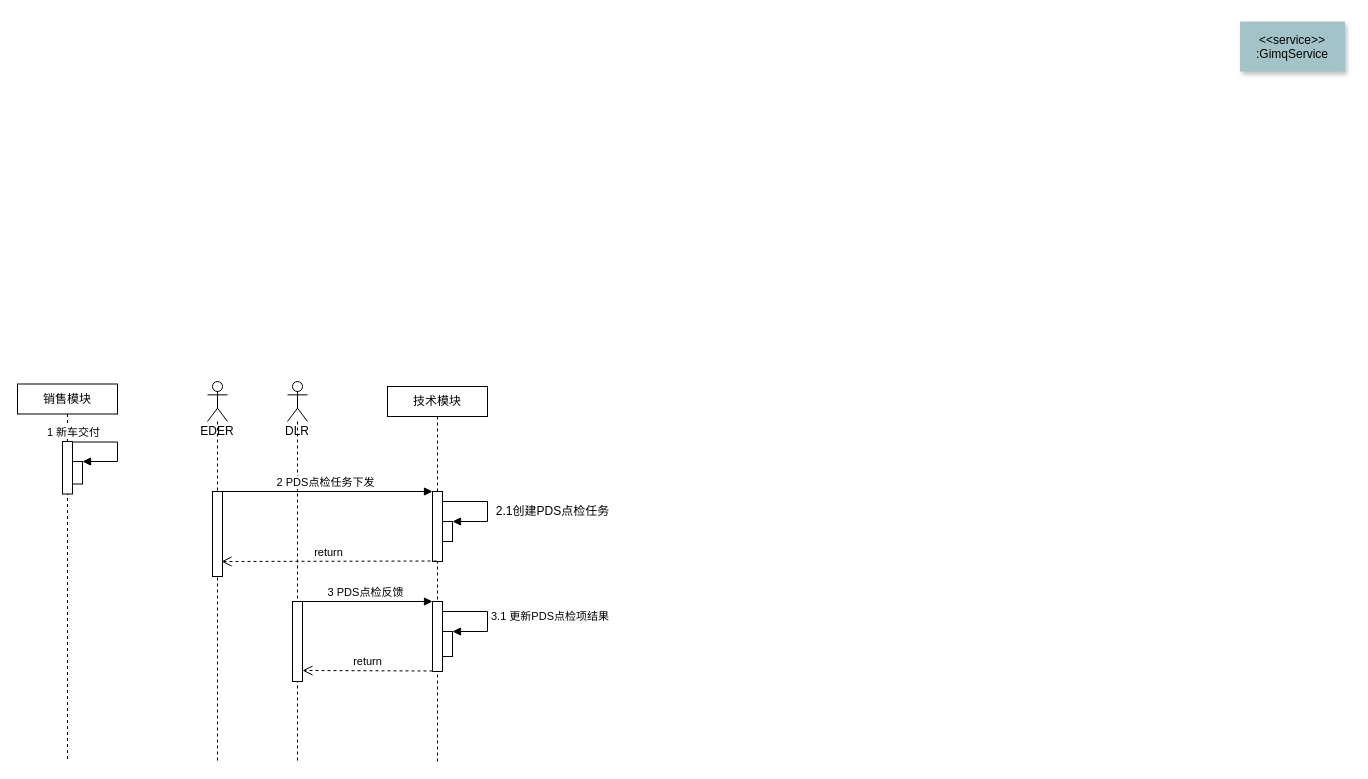
Above: test_uml/未命名绘图.drawio in Fat-Rice/study (draw.io), before the change. Source tidied: cells renumbered, new cells numbered last; positions are measured from the earlier drawing's top-left corner, leaving out a move shared by most shapes. Both pictures are drawn from the tidied source at 100%, with x=0, y=0 at pixel (17, 21).
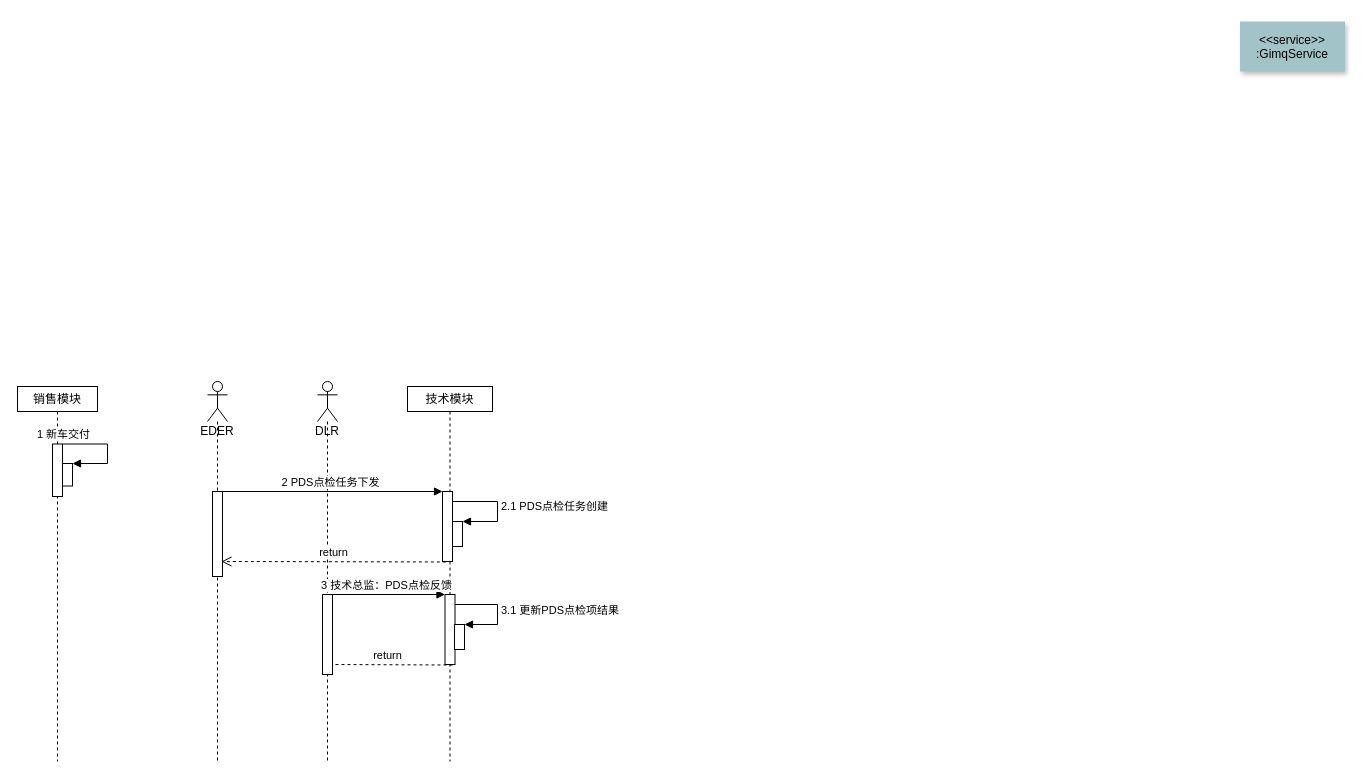
Above is the later version.

Commit message:
更新未命名绘图.drawio

Change to the diagram source:
```diff
@@
-    <mxCell id="3" value="技术模块" style="shape=umlLifeline;perimeter=lifelinePerimeter;whiteSpace=wrap;html=1;size=30;" parent="1" vertex="1">
-      <mxGeometry x="370" y="365" width="100" height="375" as="geometry" />
+    <mxCell id="3" value="技术模块" style="shape=umlLifeline;perimeter=lifelinePerimeter;whiteSpace=wrap;html=1;size=25;" parent="1" vertex="1">
+      <mxGeometry x="390" y="365" width="85" height="375" as="geometry" />
     </mxCell>
     <mxCell id="4" style="html=1;points=[];perimeter=orthogonalPerimeter;" parent="3" vertex="1">
-      <mxGeometry x="45" y="105" width="10" height="70" as="geometry" />
+      <mxGeometry x="35" y="105" width="10" height="70" as="geometry" />
     </mxCell>
-    <mxCell id="5" style="html=1;points=[];perimeter=orthogonalPerimeter;" parent="3" vertex="1">
-      <mxGeometry x="55" y="135" width="10" height="20" as="geometry" />
-    </mxCell>
-    <mxCell id="6" style="edgeStyle=orthogonalEdgeStyle;html=1;align=left;spacingLeft=2;endArrow=block;rounded=0;entryX=1;entryY=0;" parent="3" edge="1" target="5">
-      <mxGeometry x="0.05" relative="1" as="geometry">
-        <mxPoint x="55" y="115" as="sourcePoint" />
-        <Array as="points">
-          <mxPoint x="100" y="115" />
-          <mxPoint x="100" y="135" />
-          <mxPoint x="65" y="135" />
-        </Array>
-      </mxGeometry>
-    </mxCell>
     <mxCell id="7" style="html=1;points=[];perimeter=orthogonalPerimeter;" parent="3" vertex="1">
-      <mxGeometry x="45" y="215" width="10" height="70" as="geometry" />
+      <mxGeometry x="37.5" y="208" width="10" height="70" as="geometry" />
     </mxCell>
     <mxCell id="8" style="html=1;points=[];perimeter=orthogonalPerimeter;" parent="3" vertex="1">
-      <mxGeometry x="55" y="245" width="10" height="25" as="geometry" />
+      <mxGeometry x="47" y="238" width="10" height="25" as="geometry" />
     </mxCell>
-    <mxCell id="9" value="3.1 更新PDS点检项结果" style="edgeStyle=orthogonalEdgeStyle;html=1;align=left;spacingLeft=2;endArrow=block;rounded=0;entryX=1;entryY=0;" parent="3" edge="1" target="8">
+    <mxCell id="9" value="3.1 更新PDS点检项结果" style="edgeStyle=orthogonalEdgeStyle;html=1;align=left;spacingLeft=2;endArrow=block;rounded=0;entryX=1;entryY=0;" parent="3" edge="1" source="7" target="8">
       <mxGeometry relative="1" as="geometry">
-        <mxPoint x="55" y="225" as="sourcePoint" />
         <Array as="points">
-          <mxPoint x="100" y="225" />
-          <mxPoint x="100" y="245" />
+          <mxPoint x="90" y="218" />
+          <mxPoint x="90" y="238" />
         </Array>
       </mxGeometry>
     </mxCell>
+    <mxCell id="23" value="return" style="html=1;verticalAlign=bottom;endArrow=open;dashed=1;endSize=8;exitX=0;exitY=0.95;rounded=0;entryX=1;entryY=0.825;entryDx=0;entryDy=0;entryPerimeter=0;" parent="3" edge="1">
+      <mxGeometry relative="1" as="geometry">
+        <mxPoint x="45" y="278.5" as="sourcePoint" />
+        <mxPoint x="-85" y="278" as="targetPoint" />
+      </mxGeometry>
+    </mxCell>
+    <mxCell id="24" style="html=1;perimeter=orthogonalPerimeter;" parent="3" vertex="1">
+      <mxGeometry x="45" y="135" width="10" height="25" as="geometry" />
+    </mxCell>
+    <mxCell id="25" value="2.1 PDS点检任务创建" style="edgeStyle=orthogonalEdgeStyle;html=1;align=left;spacingLeft=2;endArrow=block;rounded=0;" parent="3" edge="1">
+      <mxGeometry relative="1" as="geometry">
+        <mxPoint x="45" y="115" as="sourcePoint" />
+        <mxPoint x="55" y="135" as="targetPoint" />
+        <Array as="points">
+          <mxPoint x="90" y="115" />
+          <mxPoint x="90" y="135" />
+        </Array>
+      </mxGeometry>
+    </mxCell>
-    <mxCell id="10" value="DLR" style="shape=umlLifeline;participant=umlActor;perimeter=lifelinePerimeter;whiteSpace=wrap;html=1;verticalAlign=top;spacingTop=36;" parent="1" vertex="1">
-      <mxGeometry x="270" y="360" width="20" height="380" as="geometry" />
+    <mxCell id="10" value="DLR &amp;nbsp;&amp;nbsp;&amp;nbsp;&amp;nbsp;&amp;nbsp;&amp;nbsp;&amp;nbsp;&amp;nbsp;&amp;nbsp;&amp;nbsp;&amp;nbsp;&amp;nbsp;&amp;nbsp;&amp;nbsp;&amp;nbsp;&amp;nbsp;&amp;nbsp;&amp;nbsp;&amp;nbsp;&amp;nbsp;&amp;nbsp;&amp;nbsp;&amp;nbsp;&amp;nbsp;&amp;nbsp;&amp;nbsp; " style="shape=umlLifeline;participant=umlActor;perimeter=lifelinePerimeter;whiteSpace=wrap;html=1;verticalAlign=top;spacingTop=36;" parent="1" vertex="1">
+      <mxGeometry x="300" y="360" width="20" height="380" as="geometry" />
     </mxCell>
     <mxCell id="11" style="html=1;perimeter=orthogonalPerimeter;" parent="10" vertex="1">
-      <mxGeometry x="5" y="220" width="10" height="80" as="geometry" />
+      <mxGeometry x="5" y="213" width="10" height="80" as="geometry" />
     </mxCell>
@@
-    <mxCell id="14" value="销售模块" style="shape=umlLifeline;perimeter=lifelinePerimeter;whiteSpace=wrap;html=1;size=30;" parent="1" vertex="1">
-      <mxGeometry y="362.5" width="100" height="375" as="geometry" />
+    <mxCell id="14" value="销售模块" style="shape=umlLifeline;perimeter=lifelinePerimeter;whiteSpace=wrap;html=1;size=25;" parent="1" vertex="1">
+      <mxGeometry y="365" width="80" height="375" as="geometry" />
     </mxCell>
     <mxCell id="15" style="html=1;perimeter=orthogonalPerimeter;" parent="14" vertex="1">
-      <mxGeometry x="45" y="57.5" width="10" height="52.5" as="geometry" />
+      <mxGeometry x="35" y="57.5" width="10" height="52.5" as="geometry" />
     </mxCell>
     <mxCell id="16" style="html=1;points=[];perimeter=orthogonalPerimeter;" parent="14" vertex="1">
-      <mxGeometry x="55" y="77.5" width="10" height="22.5" as="geometry" />
+      <mxGeometry x="45" y="77" width="10" height="22.5" as="geometry" />
     </mxCell>
     <mxCell id="17" style="edgeStyle=orthogonalEdgeStyle;html=1;align=left;spacingLeft=2;endArrow=block;rounded=0;entryX=1;entryY=0;verticalAlign=top;" parent="14" edge="1" target="16">
       <mxGeometry x="-0.67" y="12" relative="1" as="geometry">
-        <mxPoint x="55" y="77.5" as="sourcePoint" />
+        <mxPoint x="45" y="77" as="sourcePoint" />
         <Array as="points">
-          <mxPoint x="55" y="58" />
-          <mxPoint x="100" y="58" />
-          <mxPoint x="100" y="78" />
+          <mxPoint x="45" y="57.5" />
+          <mxPoint x="90" y="57.5" />
+          <mxPoint x="90" y="77.5" />
         </Array>
         <mxPoint x="7" y="-11" as="offset" />
       </mxGeometry>
     </mxCell>
@@
-    <mxCell id="20" value="return" style="html=1;verticalAlign=bottom;endArrow=open;dashed=1;endSize=8;exitX=0;exitY=0.95;rounded=0;" parent="1" edge="1">
+    <mxCell id="20" value="return" style="html=1;verticalAlign=bottom;endArrow=open;dashed=1;endSize=8;exitX=0.333;exitY=1.007;rounded=0;exitDx=0;exitDy=0;exitPerimeter=0;" parent="1" edge="1" source="4">
       <mxGeometry relative="1" as="geometry">
-        <mxPoint x="419" y="539.5" as="sourcePoint" />
         <mxPoint x="204" y="540" as="targetPoint" />
       </mxGeometry>
     </mxCell>
-    <mxCell id="21" value="2.1创建PDS点检任务" style="text;html=1;align=center;verticalAlign=middle;strokeColor=none;fillColor=none;" parent="1" vertex="1">
-      <mxGeometry x="470" y="480" width="130" height="20" as="geometry" />
-    </mxCell>
-    <mxCell id="22" value="3 PDS点检反馈" style="html=1;verticalAlign=bottom;endArrow=block;entryX=0;entryY=0;rounded=0;" parent="1" edge="1" target="7">
+    <mxCell id="22" value="3 技术总监：PDS点检反馈" style="html=1;verticalAlign=bottom;endArrow=block;entryX=0;entryY=0;rounded=0;" parent="1" edge="1" target="7">
       <mxGeometry relative="1" as="geometry">
-        <mxPoint x="279.8" y="580" as="sourcePoint" />
+        <mxPoint x="310" y="573" as="sourcePoint" />
       </mxGeometry>
     </mxCell>
-    <mxCell id="23" value="return" style="html=1;verticalAlign=bottom;endArrow=open;dashed=1;endSize=8;exitX=0;exitY=0.95;rounded=0;entryX=1;entryY=0.825;entryDx=0;entryDy=0;entryPerimeter=0;" parent="1" edge="1">
-      <mxGeometry relative="1" as="geometry">
-        <mxPoint x="415" y="649.5" as="sourcePoint" />
-        <mxPoint x="285" y="649" as="targetPoint" />
-      </mxGeometry>
-    </mxCell>
```
